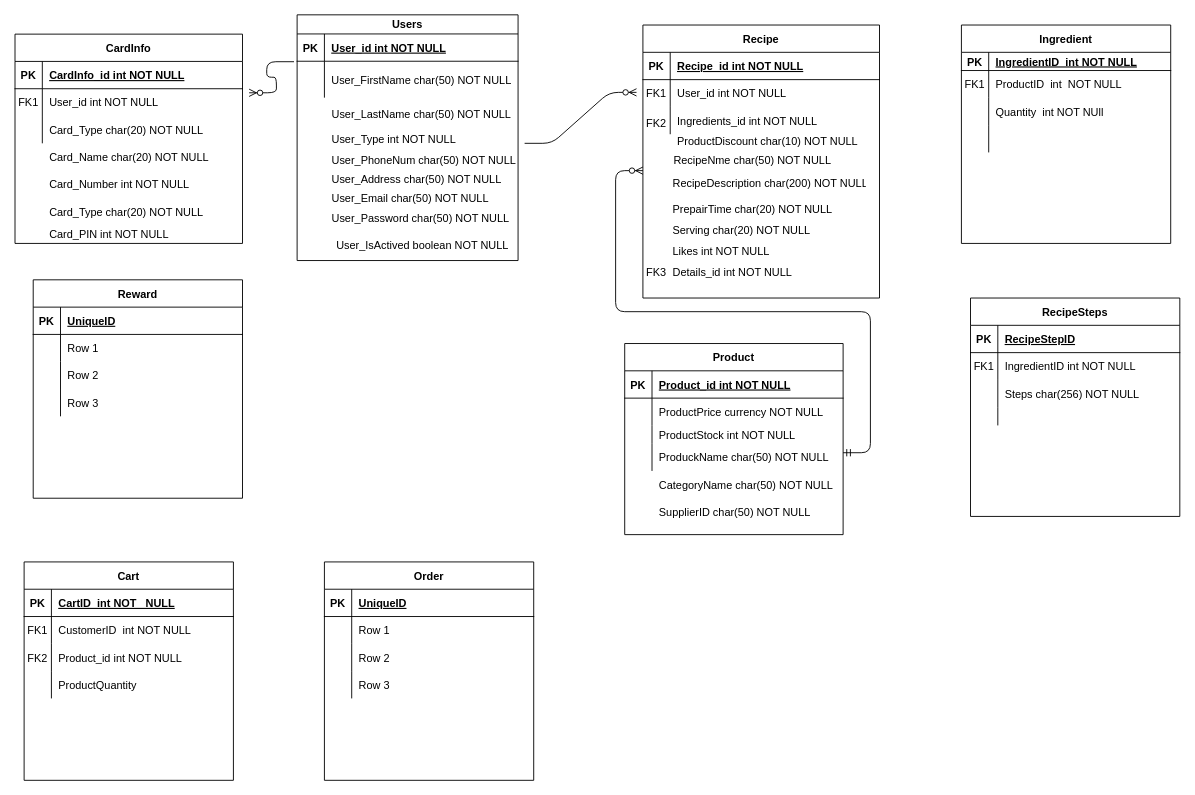
The draw.io diagram page "Page-1" (1 of 2) of ERD.drawio in Wavergg/721SoftwareEngineering, before the edit. Source tidied: cells renumbered, new cells numbered last; positions are measured from the earlier drawing's top-left corner, leaving out a move shared by most shapes. Both pictures are drawn from the tidied source at 91%, with x=0, y=0 at pixel (15, 15).
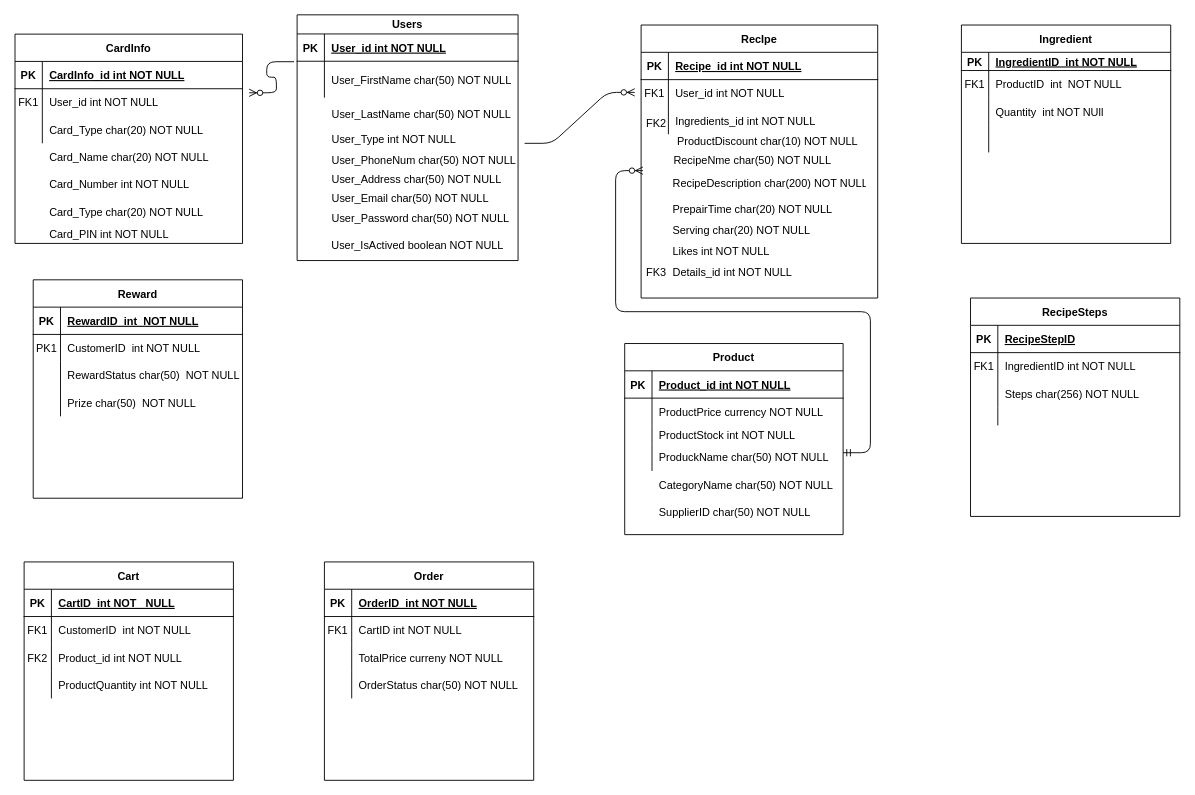
The same diagram, later.

Unchanged cells that the change refers to:
```xml
<mxCell id="17" style="group;" parent="1" vertex="1">
  <mxGeometry x="690" y="11" width="270" height="300" as="geometry" />
</mxCell>
<mxCell id="38" style="group;" parent="37" vertex="1">
  <mxGeometry width="252.9" height="270" as="geometry" />
</mxCell>
<mxCell id="52" style="group;" parent="37" vertex="1">
  <mxGeometry x="30.3" y="117.4" width="232.7" height="151.4" as="geometry" />
</mxCell>
<mxCell id="83" style="shape=partialRectangle;fillColor=none;top=0;left=0;bottom=0;right=0;" parent="73" vertex="1">
  <mxGeometry y="120" width="230" height="30" as="geometry" />
</mxCell>
<mxCell id="88" style="shape=partialRectangle;fillColor=none;top=0;left=0;bottom=1;right=0;" parent="87" vertex="1">
  <mxGeometry y="30" width="230" height="30" as="geometry" />
</mxCell>
<mxCell id="91" style="shape=partialRectangle;fillColor=none;top=0;left=0;bottom=0;right=0;" parent="87" vertex="1">
  <mxGeometry y="60" width="230" height="30" as="geometry" />
</mxCell>
<mxCell id="94" style="shape=partialRectangle;fillColor=none;top=0;left=0;bottom=0;right=0;" parent="87" vertex="1">
  <mxGeometry y="90" width="230" height="30" as="geometry" />
</mxCell>
<mxCell id="97" style="shape=partialRectangle;fillColor=none;top=0;left=0;bottom=0;right=0;" parent="87" vertex="1">
  <mxGeometry y="120" width="230" height="30" as="geometry" />
</mxCell>
<mxCell id="127" style="shape=partialRectangle;fillColor=none;top=0;left=0;bottom=1;right=0;" parent="126" vertex="1">
  <mxGeometry y="30" width="230" height="30" as="geometry" />
</mxCell>
<mxCell id="130" style="shape=partialRectangle;fillColor=none;top=0;left=0;bottom=0;right=0;" parent="126" vertex="1">
  <mxGeometry y="60" width="230" height="30" as="geometry" />
</mxCell>
<mxCell id="133" style="shape=partialRectangle;fillColor=none;top=0;left=0;bottom=0;right=0;" parent="126" vertex="1">
  <mxGeometry y="90" width="230" height="30" as="geometry" />
</mxCell>
<mxCell id="136" style="shape=partialRectangle;fillColor=none;top=0;left=0;bottom=0;right=0;" parent="126" vertex="1">
  <mxGeometry y="120" width="230" height="30" as="geometry" />
</mxCell>
```

What changed in the source:
```diff
@@
-    <mxCell id="18" value="Recipe" style="shape=table;startSize=30;childLayout=tableLayout;rowLines=0;fontStyle=1;align=center;" parent="17" vertex="1">
-      <mxGeometry width="260" height="300" as="geometry" />
+    <mxCell id="18" value="RecIpe" style="shape=table;startSize=30;childLayout=tableLayout;rowLines=0;fontStyle=1;align=center;" parent="17" vertex="1">
+      <mxGeometry x="-2" width="260" height="300" as="geometry" />
     </mxCell>
@@
+    <mxCell id="54" value="User_IsActived boolean NOT NULL" style="shape=partialRectangle;overflow=hidden;fillColor=none;top=0;left=0;bottom=0;right=0;align=left;spacingLeft=6;" parent="38" vertex="1">
+      <mxGeometry x="30" y="233.6" width="222.5" height="35.2" as="geometry" />
+    </mxCell>
@@
-    <mxCell id="54" value="User_IsActived boolean NOT NULL" style="shape=partialRectangle;overflow=hidden;fillColor=none;top=0;left=0;bottom=0;right=0;align=left;spacingLeft=6;" parent="52" vertex="1">
-      <mxGeometry x="5.1" y="116.2" width="222.5" height="35.2" as="geometry" />
-    </mxCell>
@@
-    <mxCell id="85" value="ProductQuantity" style="shape=partialRectangle;fillColor=none;top=0;left=0;bottom=0;right=0;align=left;spacingLeft=6;overflow=hidden;" parent="83" vertex="1">
+    <mxCell id="85" value="ProductQuantity int NOT NULL" style="shape=partialRectangle;fillColor=none;top=0;left=0;bottom=0;right=0;align=left;spacingLeft=6;overflow=hidden;" parent="83" vertex="1">
       <mxGeometry x="30" width="200" height="30" as="geometry" />
     </mxCell>
@@
-    <mxCell id="90" value="UniqueID" style="shape=partialRectangle;fillColor=none;top=0;left=0;bottom=0;right=0;align=left;spacingLeft=6;fontStyle=5;overflow=hidden;" parent="88" vertex="1">
+    <mxCell id="90" value="OrderID  int NOT NULL" style="shape=partialRectangle;fillColor=none;top=0;left=0;bottom=0;right=0;align=left;spacingLeft=6;fontStyle=5;overflow=hidden;" parent="88" vertex="1">
       <mxGeometry x="30" width="200" height="30" as="geometry" />
     </mxCell>
@@
-    <mxCell id="92" style="shape=partialRectangle;fillColor=none;top=0;left=0;bottom=0;right=0;overflow=hidden;" parent="91" vertex="1">
+    <mxCell id="92" value="FK1" style="shape=partialRectangle;fillColor=none;top=0;left=0;bottom=0;right=0;overflow=hidden;" parent="91" vertex="1">
       <mxGeometry width="30" height="30" as="geometry" />
     </mxCell>
-    <mxCell id="93" value="Row 1" style="shape=partialRectangle;fillColor=none;top=0;left=0;bottom=0;right=0;align=left;spacingLeft=6;overflow=hidden;" parent="91" vertex="1">
+    <mxCell id="93" value="CartID int NOT NULL" style="shape=partialRectangle;fillColor=none;top=0;left=0;bottom=0;right=0;align=left;spacingLeft=6;overflow=hidden;" parent="91" vertex="1">
       <mxGeometry x="30" width="200" height="30" as="geometry" />
     </mxCell>
@@
-    <mxCell id="96" value="Row 2" style="shape=partialRectangle;fillColor=none;top=0;left=0;bottom=0;right=0;align=left;spacingLeft=6;overflow=hidden;" parent="94" vertex="1">
+    <mxCell id="96" value="TotalPrice curreny NOT NULL" style="shape=partialRectangle;fillColor=none;top=0;left=0;bottom=0;right=0;align=left;spacingLeft=6;overflow=hidden;" parent="94" vertex="1">
       <mxGeometry x="30" width="200" height="30" as="geometry" />
     </mxCell>
@@
-    <mxCell id="99" value="Row 3" style="shape=partialRectangle;fillColor=none;top=0;left=0;bottom=0;right=0;align=left;spacingLeft=6;overflow=hidden;" parent="97" vertex="1">
+    <mxCell id="99" value="OrderStatus char(50) NOT NULL" style="shape=partialRectangle;fillColor=none;top=0;left=0;bottom=0;right=0;align=left;spacingLeft=6;overflow=hidden;" parent="97" vertex="1">
       <mxGeometry x="30" width="200" height="30" as="geometry" />
     </mxCell>
@@
-    <mxCell id="129" value="UniqueID" style="shape=partialRectangle;fillColor=none;top=0;left=0;bottom=0;right=0;align=left;spacingLeft=6;fontStyle=5;overflow=hidden;" parent="127" vertex="1">
+    <mxCell id="129" value="RewardID  int  NOT NULL" style="shape=partialRectangle;fillColor=none;top=0;left=0;bottom=0;right=0;align=left;spacingLeft=6;fontStyle=5;overflow=hidden;" parent="127" vertex="1">
       <mxGeometry x="30" width="200" height="30" as="geometry" />
     </mxCell>
@@
-    <mxCell id="131" style="shape=partialRectangle;fillColor=none;top=0;left=0;bottom=0;right=0;overflow=hidden;" parent="130" vertex="1">
+    <mxCell id="131" value="PK1" style="shape=partialRectangle;fillColor=none;top=0;left=0;bottom=0;right=0;overflow=hidden;" parent="130" vertex="1">
       <mxGeometry width="30" height="30" as="geometry" />
     </mxCell>
-    <mxCell id="132" value="Row 1" style="shape=partialRectangle;fillColor=none;top=0;left=0;bottom=0;right=0;align=left;spacingLeft=6;overflow=hidden;" parent="130" vertex="1">
+    <mxCell id="132" style="shape=partialRectangle;fillColor=none;top=0;left=0;bottom=0;right=0;align=left;spacingLeft=6;overflow=hidden;" parent="130" vertex="1">
       <mxGeometry x="30" width="200" height="30" as="geometry" />
     </mxCell>
@@
-    <mxCell id="135" value="Row 2" style="shape=partialRectangle;fillColor=none;top=0;left=0;bottom=0;right=0;align=left;spacingLeft=6;overflow=hidden;" parent="133" vertex="1">
+    <mxCell id="135" value="RewardStatus char(50)  NOT NULL" style="shape=partialRectangle;fillColor=none;top=0;left=0;bottom=0;right=0;align=left;spacingLeft=6;overflow=hidden;" parent="133" vertex="1">
       <mxGeometry x="30" width="200" height="30" as="geometry" />
     </mxCell>
@@
-    <mxCell id="138" value="Row 3" style="shape=partialRectangle;fillColor=none;top=0;left=0;bottom=0;right=0;align=left;spacingLeft=6;overflow=hidden;" parent="136" vertex="1">
+    <mxCell id="138" value="Prize char(50)  NOT NULL" style="shape=partialRectangle;fillColor=none;top=0;left=0;bottom=0;right=0;align=left;spacingLeft=6;overflow=hidden;" parent="136" vertex="1">
       <mxGeometry x="30" width="200" height="30" as="geometry" />
     </mxCell>
@@
+    <mxCell id="142" value="CustomerID  int NOT NULL" style="shape=partialRectangle;fillColor=none;top=0;left=0;bottom=0;right=0;align=left;spacingLeft=6;overflow=hidden;" parent="1" vertex="1">
+      <mxGeometry x="50" y="351" width="200" height="30" as="geometry" />
+    </mxCell>
```
